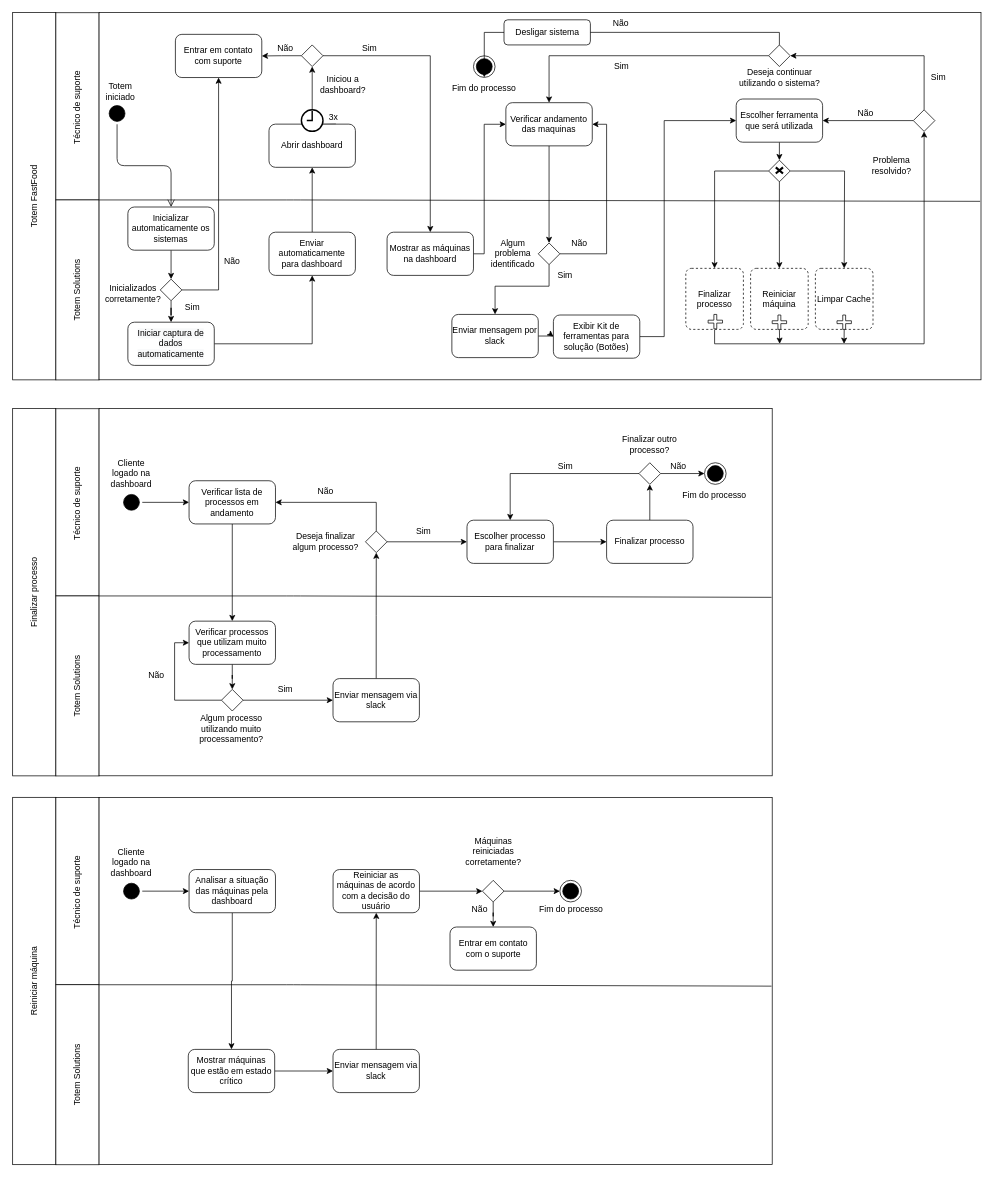
The draw.io diagram Análise de Sistemas/BPMN-ATUALIZADO-GP4.drawio in GuilhermeAlmeida0602/Grupo_04-2ADSA, before the edit. Source tidied: cells renumbered, new cells numbered last; positions are measured from the earlier drawing's top-left corner, leaving out a move shared by most shapes. Both pictures are drawn from the tidied source at 72%, with x=0, y=0 at pixel (-150, 12).
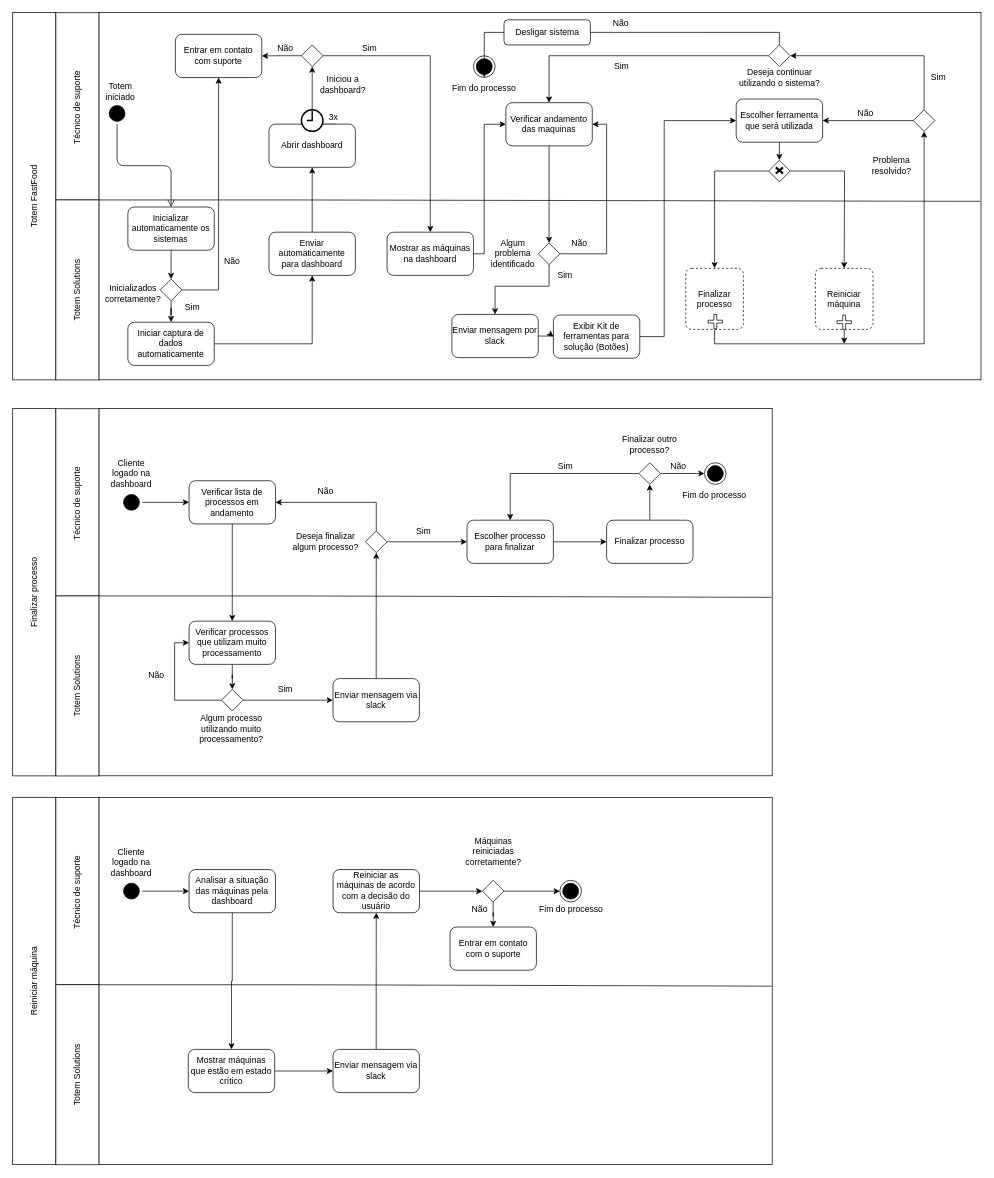
After the change.

Unchanged cells that the change refers to:
```xml
<mxCell id="35" style="rhombus;whiteSpace=wrap;html=1;" parent="1" vertex="1">
  <mxGeometry x="1275" y="205" width="30" height="30" as="geometry" />
</mxCell>
```

Change to the diagram source:
```diff
@@
-    <mxCell id="36" style="edgeStyle=orthogonalEdgeStyle;rounded=0;jettySize=auto;html=1;entryX=0.5;entryY=0;entryDx=0;entryDy=0;exitX=0.5;exitY=1;exitDx=0;exitDy=0;" parent="1" edge="1" source="35">
-      <mxGeometry relative="1" as="geometry">
-        <mxPoint x="1290" y="355.2" as="targetPoint" />
-      </mxGeometry>
-    </mxCell>
@@
-    <mxCell id="40" style="edgeStyle=orthogonalEdgeStyle;rounded=0;jettySize=auto;html=1;exitX=0.5;exitY=1;exitDx=0;exitDy=0;" parent="1" edge="1" source="41">
-      <mxGeometry relative="1" as="geometry">
-        <mxPoint x="1290.4" y="460" as="targetPoint" />
-      </mxGeometry>
-    </mxCell>
+    <mxCell id="142" style="edgeStyle=orthogonalEdgeStyle;rounded=0;jettySize=auto;html=1;" parent="1" edge="1" source="41">
+      <mxGeometry relative="1" as="geometry">
+        <mxPoint x="1380" y="460" as="targetPoint" />
+      </mxGeometry>
+    </mxCell>
     <mxCell id="41" value="Reiniciar máquina" style="rounded=1;arcSize=10;whiteSpace=wrap;html=1;align=center;dashed=1;" parent="1" vertex="1">
-      <mxGeometry x="1250" y="355.2" width="80" height="84.8" as="geometry" />
+      <mxGeometry x="1340" y="355.2" width="80" height="84.8" as="geometry" />
     </mxCell>
-    <mxCell id="42" value="Limpar Cache" style="rounded=1;arcSize=10;whiteSpace=wrap;html=1;align=center;dashed=1;" parent="1" vertex="1">
-      <mxGeometry x="1340" y="355.2" width="80" height="84.8" as="geometry" />
-    </mxCell>
@@
-    <mxCell id="44" style="shape=cross;whiteSpace=wrap;html=1;" parent="1" vertex="1">
-      <mxGeometry x="1280" y="420" width="20" height="20" as="geometry" />
-    </mxCell>
-    <mxCell id="45" style="edgeStyle=orthogonalEdgeStyle;rounded=0;jettySize=auto;html=1;exitX=0.5;exitY=1;exitDx=0;exitDy=0;exitPerimeter=0;" parent="1" edge="1" source="46">
-      <mxGeometry relative="1" as="geometry">
-        <mxPoint x="1379.8" y="460" as="targetPoint" />
-      </mxGeometry>
-    </mxCell>
-    <mxCell id="46" style="shape=cross;whiteSpace=wrap;html=1;" parent="1" vertex="1">
-      <mxGeometry x="1370" y="420" width="20" height="20" as="geometry" />
-    </mxCell>
@@
+    <mxCell id="46" style="shape=cross;whiteSpace=wrap;html=1;" parent="1" vertex="1">
+      <mxGeometry x="1370" y="420" width="20" height="20" as="geometry" />
+    </mxCell>
```
